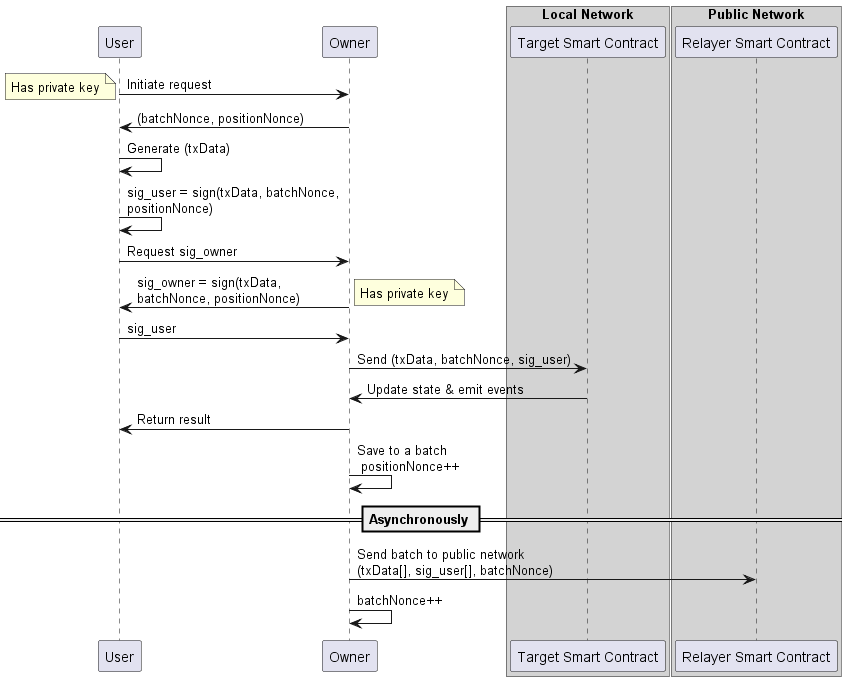
Earlier version of the PlantUML export out/UMLs/system/system.png (ollie041114/account-abstraction-test).
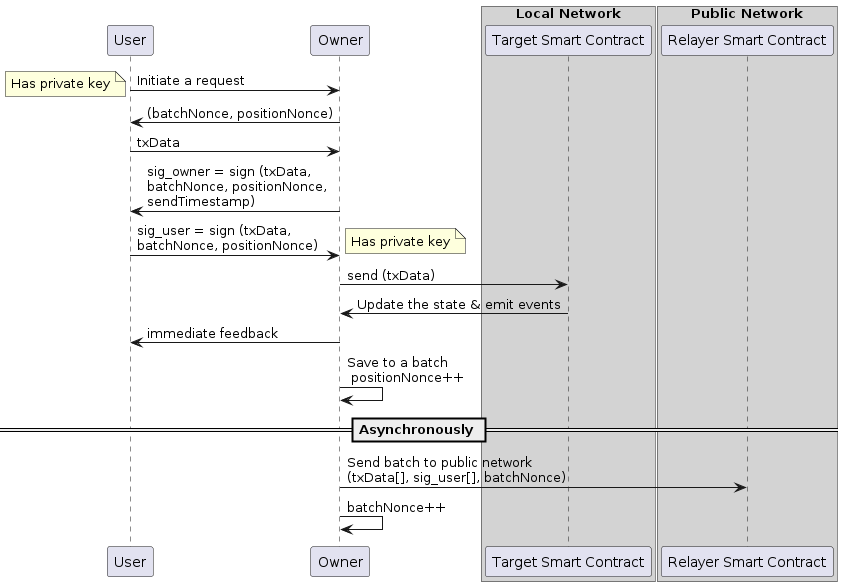
Above is the later version.

What changed in the source:
```diff
@@ -12,21 +12,24 @@
 participant "Relayer Smart Contract" as PublicRelayer
 end box
 
-User -> Owner : Initiate request
+
+User -> Owner : Initiate a request
 note left : Has private key
 Owner -> User : (batchNonce, positionNonce)
-User -> User : Generate (txData)
-User -> User : sig_user = sign(txData, batchNonce, positionNonce)
-User -> Owner : Request sig_owner
+
+User -> Owner : txData
 
 
-Owner -> User : sig_owner = sign(txData, batchNonce, positionNonce)
+Owner -> User : sig_owner = sign (txData, batchNonce, positionNonce, sendTimestamp)
+User -> Owner : sig_user = sign (txData, batchNonce, positionNonce)
+
 note right : Has private key
-User -> Owner : sig_user
-Owner -> LocalBlockchain : Send (txData, batchNonce, sig_user)
-LocalBlockchain -> Owner : Update state & emit events
-Owner -> User : Return result
+
+Owner -> LocalBlockchain : send (txData)
+LocalBlockchain -> Owner : Update the state & emit events
+Owner -> User : immediate feedback
 Owner -> Owner : Save to a batch \n positionNonce++
+
 
 == Asynchronously ==
 box Asynchronously
```
